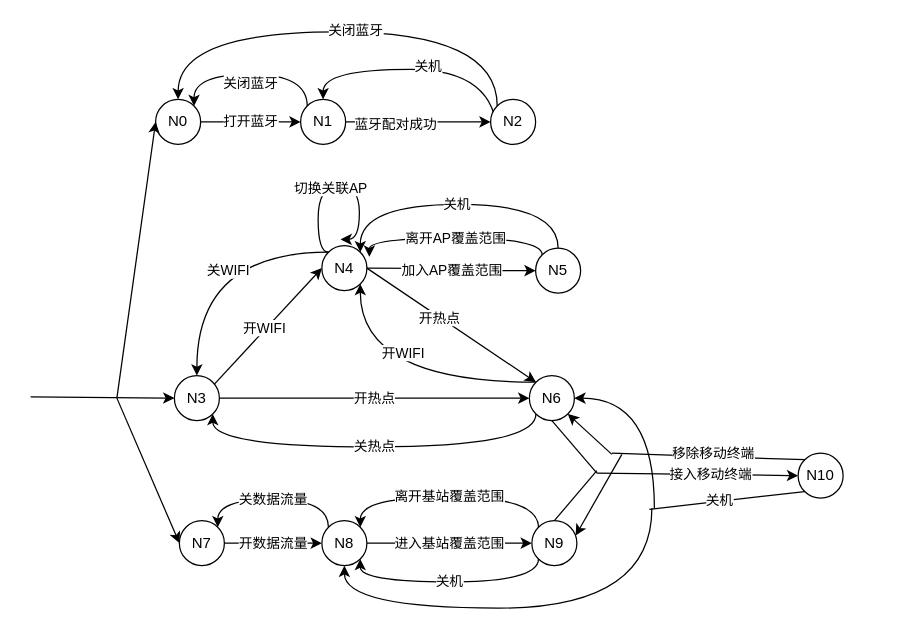
The draw.io diagram page "方法三：并行自动机_手机行为" (3 of 8) of 时间自动机.drawio in Icarus1994/neutron_conf, before the edit. Source tidied: cells renumbered, new cells numbered last; positions are measured from the earlier drawing's top-left corner, leaving out a move shared by most shapes. Both pictures are drawn from the tidied source at 125%, with x=0, y=0 at pixel (30, 31).
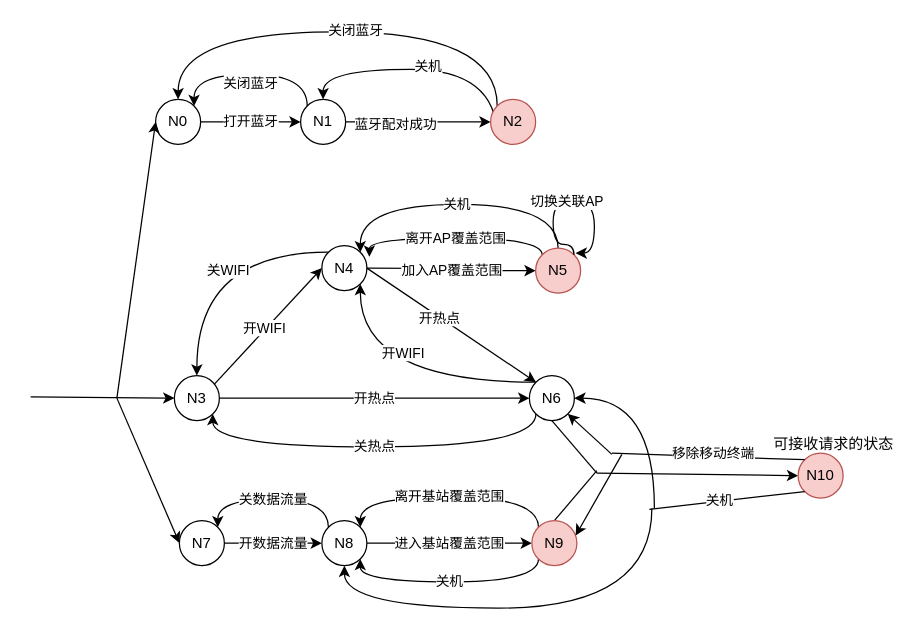
The same diagram, later.

Unchanged cells that the change refers to:
```xml
<mxCell id="15" value="N4" style="ellipse;whiteSpace=wrap;html=1;" parent="1" vertex="1">
  <mxGeometry x="233" y="171" width="36" height="36" as="geometry" />
</mxCell>
<mxCell id="29" style="edgeStyle=none;rounded=0;jettySize=auto;html=1;exitX=0;exitY=0.5;exitDx=0;exitDy=0;endArrow=none;endFill=0;startArrow=classic;startFill=1;" parent="1" edge="1" source="32">
  <mxGeometry relative="1" as="geometry">
    <mxPoint x="453" y="353" as="targetPoint" />
  </mxGeometry>
</mxCell>
```

What changed in the source:
```diff
@@
-    <mxCell id="28" value="N9" style="ellipse;whiteSpace=wrap;html=1;" parent="1" vertex="1">
+    <mxCell id="28" value="N9" style="ellipse;whiteSpace=wrap;html=1;fillColor=#f8cecc;strokeColor=#b85450;" parent="1" vertex="1">
       <mxGeometry x="401" y="391" width="36" height="36" as="geometry" />
     </mxCell>
@@
-    <mxCell id="30" value="接入移动终端" style="edgeLabel;html=1;align=center;verticalAlign=middle;" parent="29" vertex="1">
-      <mxGeometry x="0.18" y="1" relative="1" as="geometry">
-        <mxPoint x="25" y="-1" as="offset" />
-      </mxGeometry>
-    </mxCell>
@@
-    <mxCell id="32" value="N10" style="ellipse;whiteSpace=wrap;html=1;" parent="1" vertex="1">
+    <mxCell id="32" value="N10" style="ellipse;whiteSpace=wrap;html=1;fillColor=#f8cecc;strokeColor=#b85450;" parent="1" vertex="1">
       <mxGeometry x="614" y="337" width="36" height="36" as="geometry" />
     </mxCell>
@@
-    <mxCell id="35" value="N5" style="ellipse;whiteSpace=wrap;html=1;" parent="1" vertex="1">
+    <mxCell id="35" value="N5" style="ellipse;whiteSpace=wrap;html=1;fillColor=#f8cecc;strokeColor=#b85450;" parent="1" vertex="1">
       <mxGeometry x="404" y="173" width="36" height="36" as="geometry" />
     </mxCell>
@@
-    <mxCell id="47" value="N2" style="ellipse;whiteSpace=wrap;html=1;" parent="1" vertex="1">
+    <mxCell id="47" value="N2" style="ellipse;whiteSpace=wrap;html=1;fillColor=#f8cecc;strokeColor=#b85450;" parent="1" vertex="1">
       <mxGeometry x="368" y="54" width="36" height="36" as="geometry" />
     </mxCell>
@@
-    <mxCell id="55" style="endArrow=classic;html=1;edgeStyle=orthogonalEdgeStyle;curved=1;exitX=0;exitY=0;exitDx=0;exitDy=0;" parent="1" edge="1" source="15">
+    <mxCell id="55" style="endArrow=classic;html=1;edgeStyle=orthogonalEdgeStyle;curved=1;exitX=1;exitY=0;exitDx=0;exitDy=0;" parent="1" edge="1" source="35">
       <mxGeometry relative="1" as="geometry">
-        <mxPoint x="248" y="166" as="targetPoint" />
+        <mxPoint x="436" y="177" as="targetPoint" />
         <Array as="points">
-          <mxPoint x="230" y="176" />
-          <mxPoint x="230" y="123" />
-          <mxPoint x="263" y="123" />
-          <mxPoint x="263" y="166" />
+          <mxPoint x="435" y="170" />
+          <mxPoint x="418" y="170" />
+          <mxPoint x="418" y="134" />
+          <mxPoint x="451" y="134" />
+          <mxPoint x="451" y="177" />
         </Array>
       </mxGeometry>
     </mxCell>
@@
+    <mxCell id="57" value="可接收请求的状态" style="text;html=1;align=center;verticalAlign=middle;" parent="1" vertex="1">
+      <mxGeometry x="589" y="321" width="106" height="18" as="geometry" />
+    </mxCell>
```
